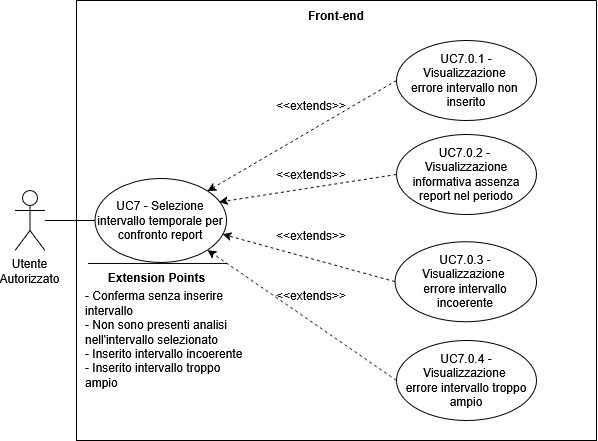
Above: assets/diagrams/UC7.png in SkarabGroup/DocumentazioneProgetto (draw.io), before the change. Source tidied: cells renumbered, new cells last; positions are measured from the earlier drawing's top-left corner, leaving out a move shared by most shapes.
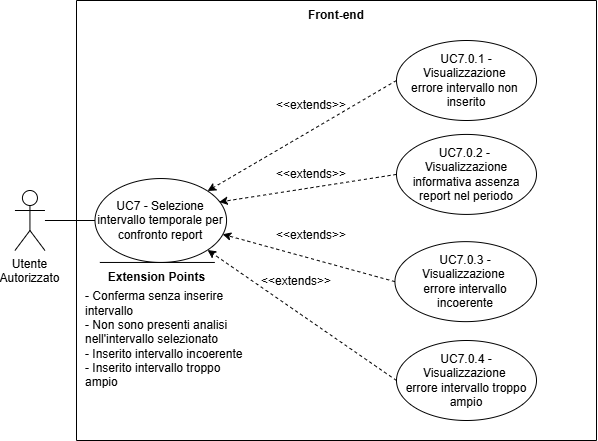
The same file after the commit.

Change to the diagram source:
```diff
@@ -27,13 +27,10 @@
       <mxGeometry relative="1" as="geometry" />
     </mxCell>
     <mxCell id="10" value="&amp;lt;&amp;lt;extends&lt;span style=&quot;background-color: transparent; color: light-dark(rgb(0, 0, 0), rgb(255, 255, 255));&quot;&gt;&amp;gt;&amp;gt;&lt;/span&gt;" style="text;html=1;whiteSpace=wrap;strokeColor=none;fillColor=none;align=center;verticalAlign=middle;rounded=0;" parent="2" vertex="1">
-      <mxGeometry x="205" y="280" width="60" height="30" as="geometry" />
+      <mxGeometry x="190" y="266.1" width="60" height="30" as="geometry" />
     </mxCell>
-    <mxCell id="11" style="endArrow=none;html=1;rounded=0;" parent="2" edge="1">
-      <mxGeometry relative="1" as="geometry">
-        <mxPoint x="150.3" y="263" as="sourcePoint" />
-        <mxPoint x="11.6" y="263" as="targetPoint" />
-      </mxGeometry>
+    <mxCell id="11" style="endArrow=none;html=1;rounded=0;entryX=0;entryY=0;entryDx=0;entryDy=0;exitX=1;exitY=0;exitDx=0;exitDy=0;" parent="2" edge="1" source="12" target="12">
+      <mxGeometry relative="1" as="geometry" />
     </mxCell>
     <mxCell id="12" value="&lt;b&gt;Extension Points&lt;/b&gt;" style="text;html=1;whiteSpace=wrap;strokeColor=none;fillColor=none;align=center;verticalAlign=middle;rounded=0;strokeWidth=5;" parent="2" vertex="1">
       <mxGeometry x="23.3" y="262" width="115" height="30" as="geometry" />
```
